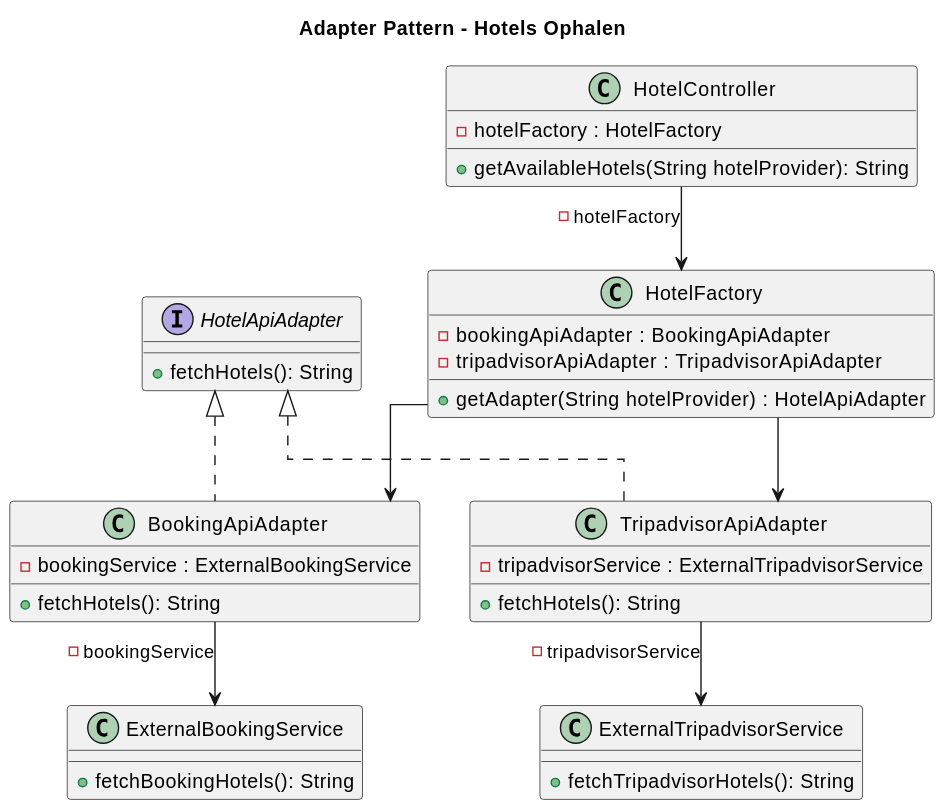
The PlantUML diagram software-guidebook/resources/adapter-class-diagram.svg in AIM-ENE-feb25/triptop-groep-b3, before a commit.
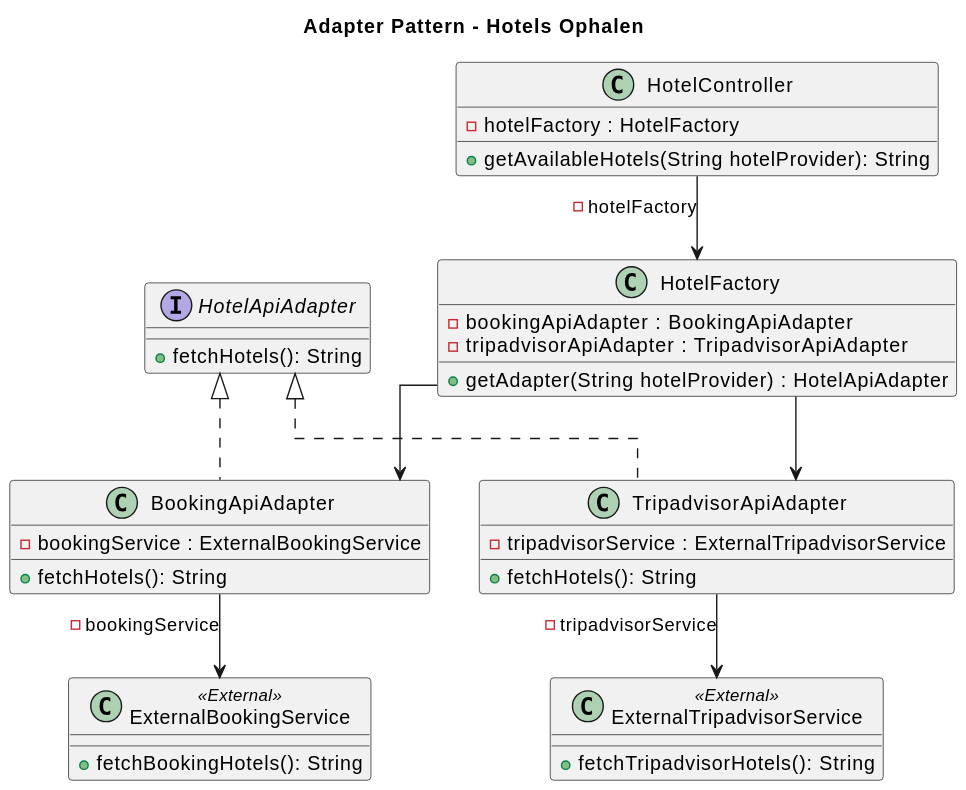
Above is the later version.

The edit, as a diff of the source:
```diff
@@ -18,11 +18,11 @@
     }
 
 
-    class ExternalBookingService {
+    class ExternalBookingService <<External>> {
         + fetchBookingHotels(): String
     }
 
-    class ExternalTripadvisorService {
+    class ExternalTripadvisorService <<External>> {
         + fetchTripadvisorHotels(): String
     }
 
```
